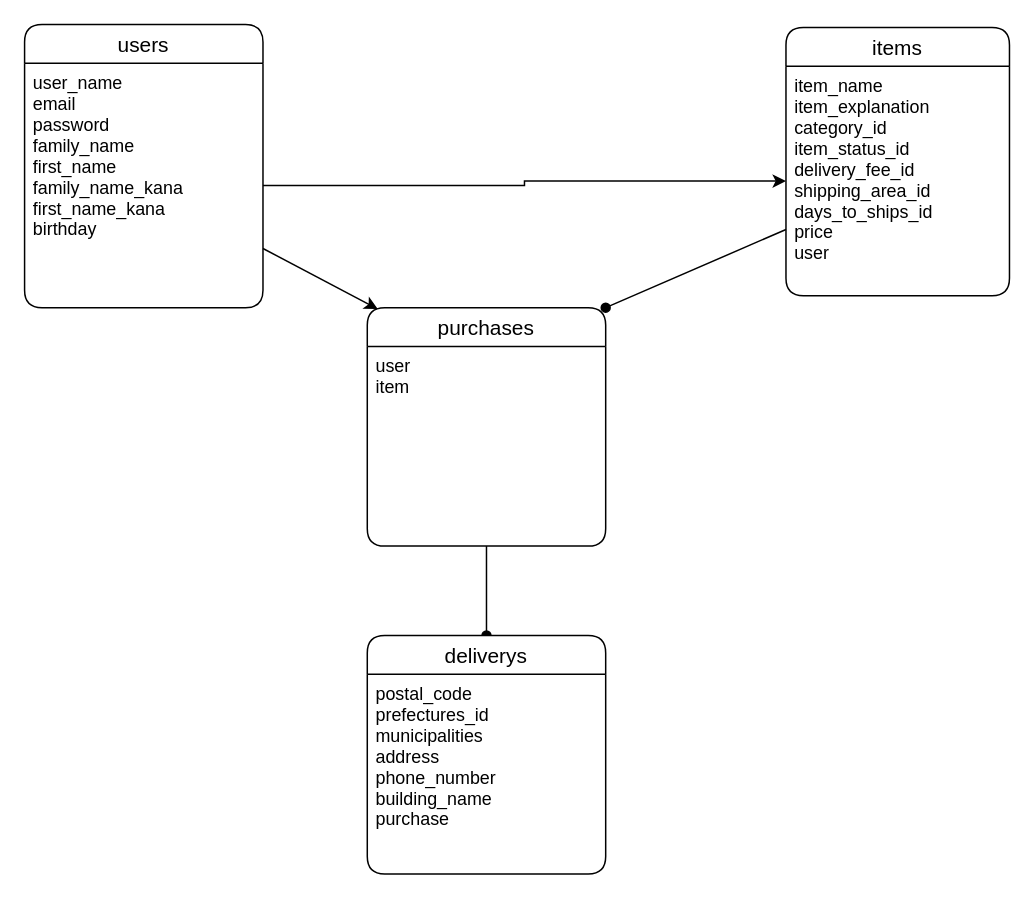
yamamuro1138/furima-29632 keeps this draw.io diagram as test.dio. Above is the earlier version. Source tidied: cells renumbered, new cells numbered last; positions are measured from the earlier drawing's top-left corner, leaving out a move shared by most shapes. Both pictures are drawn from the tidied source at 149%, with x=0, y=0 at pixel (24, 24).
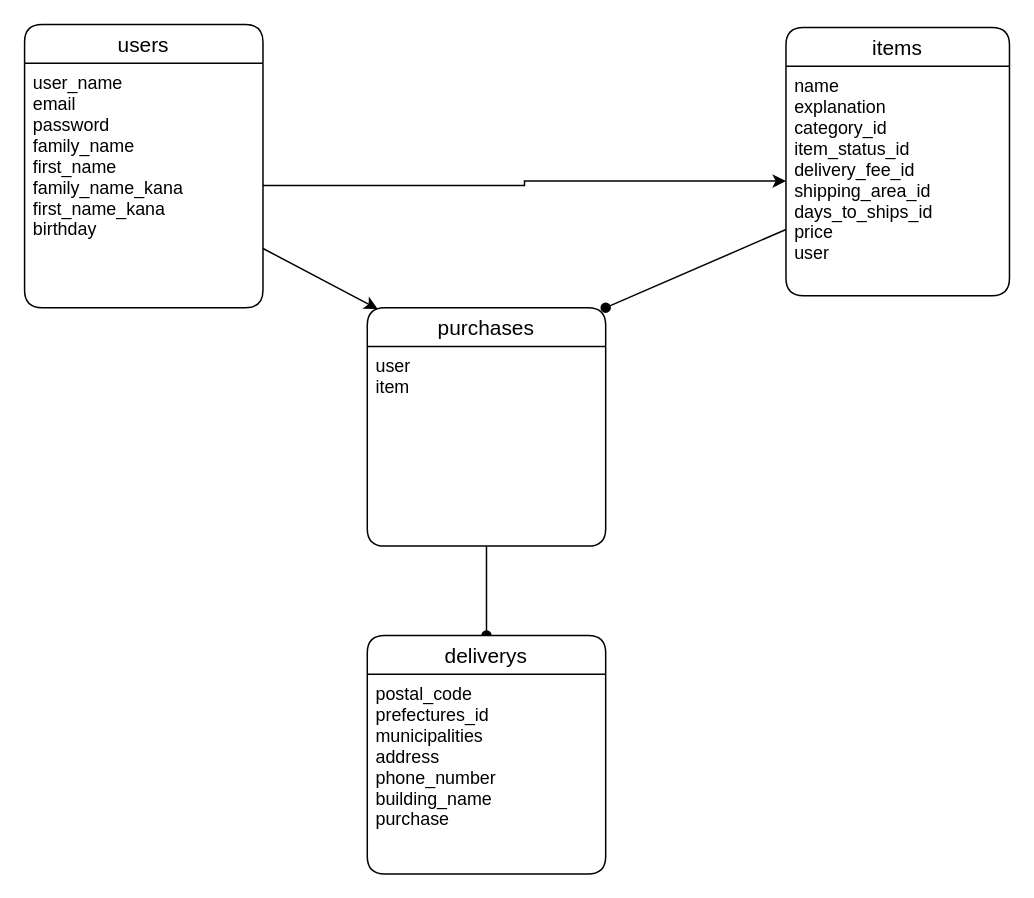
After the change.

Change to the diagram source:
```diff
@@
 <mxGraphModel>
   <root>
     <mxCell id="0" />
     <mxCell id="1" parent="0" />
     <mxCell id="2" style="edgeStyle=orthogonalEdgeStyle;jettySize=auto;html=1;exitX=0.5;exitY=0;exitDx=0;exitDy=0;" parent="1" edge="1" source="3">
       <mxGeometry relative="1" as="geometry">
         <mxPoint x="80" y="10" as="targetPoint" />
       </mxGeometry>
     </mxCell>
     <mxCell id="3" value="users" style="swimlane;fontStyle=0;horizontal=1;startSize=26;align=center;fontSize=14;rounded=1;" parent="1" vertex="1">
       <mxGeometry width="160" height="190" as="geometry" />
     </mxCell>
     <mxCell id="4" value="user_name&#10;email&#10;password&#10;family_name&#10;first_name&#10;family_name_kana&#10;first_name_kana&#10;birthday&#10;" style="text;strokeColor=none;fillColor=none;spacingLeft=4;spacingRight=4;overflow=hidden;points=[[0,0.5],[1,0.5]];portConstraint=eastwest;fontSize=12;rounded=1;" parent="3" vertex="1">
       <mxGeometry y="26" width="160" height="164" as="geometry" />
     </mxCell>
     <mxCell id="5" value="items" style="swimlane;fontStyle=0;horizontal=1;startSize=26;align=center;fontSize=14;rounded=1;" parent="1" vertex="1">
       <mxGeometry x="511" y="2" width="150" height="180" as="geometry" />
     </mxCell>
-    <mxCell id="6" value="item_name&#10;item_explanation&#10;category_id&#10;item_status_id&#10;delivery_fee_id&#10;shipping_area_id&#10;days_to_ships_id&#10;price&#10;user&#10;" style="text;strokeColor=none;fillColor=none;spacingLeft=4;spacingRight=4;overflow=hidden;points=[[0,0.5],[1,0.5]];portConstraint=eastwest;fontSize=12;rounded=1;" parent="5" vertex="1">
+    <mxCell id="6" value="name&#10;explanation&#10;category_id&#10;item_status_id&#10;delivery_fee_id&#10;shipping_area_id&#10;days_to_ships_id&#10;price&#10;user&#10;" style="text;strokeColor=none;fillColor=none;spacingLeft=4;spacingRight=4;overflow=hidden;points=[[0,0.5],[1,0.5]];portConstraint=eastwest;fontSize=12;rounded=1;" parent="5" vertex="1">
       <mxGeometry y="26" width="150" height="154" as="geometry" />
     </mxCell>
     <mxCell id="7" style="edgeStyle=none;jettySize=auto;html=1;entryX=0.5;entryY=0;entryDx=0;entryDy=0;endArrow=oval;endFill=1;" parent="1" edge="1" source="8" target="10">
       <mxGeometry relative="1" as="geometry" />
     </mxCell>
     <mxCell id="8" value="purchases" style="swimlane;fontStyle=0;horizontal=1;startSize=26;align=center;fontSize=14;rounded=1;" parent="1" vertex="1">
       <mxGeometry x="230" y="190" width="160" height="160" as="geometry" />
     </mxCell>
     <mxCell id="9" value="user&#10;item" style="text;strokeColor=none;fillColor=none;spacingLeft=4;spacingRight=4;overflow=hidden;fontSize=12;rounded=1;" parent="8" vertex="1">
       <mxGeometry y="26" width="160" height="134" as="geometry" />
     </mxCell>
     <mxCell id="10" value="deliverys" style="swimlane;fontStyle=0;horizontal=1;startSize=26;align=center;fontSize=14;rounded=1;" parent="1" vertex="1">
       <mxGeometry x="230" y="410" width="160" height="160" as="geometry" />
     </mxCell>
     <mxCell id="11" value="postal_code&#10;prefectures_id&#10;municipalities&#10;address&#10;phone_number&#10;building_name&#10;purchase" style="text;strokeColor=none;fillColor=none;spacingLeft=4;spacingRight=4;overflow=hidden;fontSize=12;rounded=1;" parent="10" vertex="1">
       <mxGeometry y="26" width="160" height="134" as="geometry" />
     </mxCell>
     <mxCell id="12" style="edgeStyle=none;rounded=1;jettySize=auto;html=1;entryX=1;entryY=0;entryDx=0;entryDy=0;endArrow=oval;endFill=1;" parent="1" edge="1" source="6" target="8">
       <mxGeometry relative="1" as="geometry" />
     </mxCell>
     <mxCell id="13" style="edgeStyle=orthogonalEdgeStyle;rounded=0;jettySize=auto;html=1;" parent="1" edge="1" source="4" target="6">
       <mxGeometry relative="1" as="geometry" />
     </mxCell>
     <mxCell id="14" style="edgeStyle=none;rounded=0;jettySize=auto;html=1;entryX=0.044;entryY=0.006;entryDx=0;entryDy=0;entryPerimeter=0;" parent="1" edge="1" source="4" target="8">
       <mxGeometry relative="1" as="geometry" />
     </mxCell>
   </root>
 </mxGraphModel>
```
